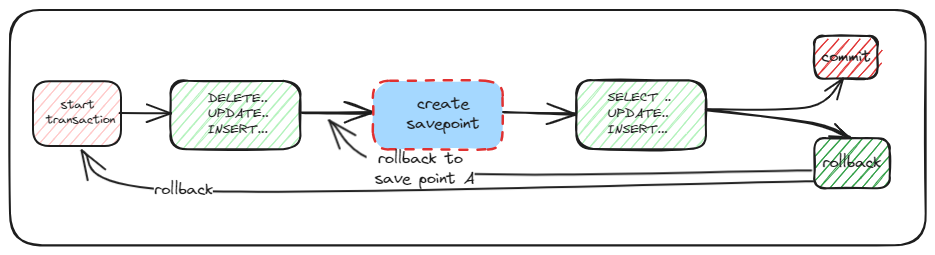
This is static/img/database-savepoints.excalidraw.png from swaroopar/inprogress-engineer, a Excalidraw export, as it was before one commit. Source tidied: one line per element, renumbered; positions are measured from the earlier drawing's top-left corner, leaving out a move shared by most shapes. Source of this version:
```json
{"id": 0, "type": "rectangle", "strokeColor": "#1e1e1e", "strokeWidth": 2, "roughness": 1, "round": true, "x": 0, "y": 0, "width": 916, "height": 235}
{"id": 1, "type": "rectangle", "strokeColor": "#1e1e1e", "backgroundColor": "#b2f2bb", "fillStyle": "hachure", "strokeWidth": 2, "roughness": 1, "round": true, "x": 161, "y": 71, "width": 130, "height": 69}
{"id": 2, "type": "text", "text": "DELETE..\nUPDATE..\nINSERT...", "strokeColor": "#1e1e1e", "strokeWidth": 2, "roughness": 1, "fontSize": 12.57, "fontFamily": 1, "x": 198, "y": 81, "width": 61, "height": 47}
{"id": 3, "type": "arrow", "strokeColor": "#1e1e1e", "strokeWidth": 2, "roughness": 1, "endArrowhead": "arrow", "round": true, "x": 291, "y": 102, "width": 71, "height": 1, "points": [[0, 0], [71, 1]]}
{"id": 4, "type": "rectangle", "strokeColor": "#e03131", "backgroundColor": "#a5d8ff", "fillStyle": "solid", "strokeWidth": 2, "strokeStyle": "dashed", "roughness": 1, "round": true, "x": 363, "y": 71, "width": 130, "height": 69}
{"id": 5, "type": "text", "text": "create\nsavepoint", "strokeColor": "#1e1e1e", "strokeWidth": 2, "roughness": 1, "fontSize": 16, "fontFamily": 1, "textAlign": "center", "x": 396, "y": 84, "width": 73, "height": 40}
{"id": 6, "type": "arrow", "strokeColor": "#1e1e1e", "strokeWidth": 2, "roughness": 1, "endArrowhead": "arrow", "round": true, "from": 4, "to": 7, "x": 494, "y": 102, "width": 71, "height": 1, "points": [[0, 0], [71, 1]]}
{"id": 7, "type": "rectangle", "strokeColor": "#1e1e1e", "backgroundColor": "#b2f2bb", "fillStyle": "hachure", "strokeWidth": 2, "roughness": 1, "round": true, "x": 566, "y": 70, "width": 130, "height": 69}
{"id": 8, "type": "text", "text": "SELECT ..\nUPDATE..\nINSERT...", "strokeColor": "#1e1e1e", "strokeWidth": 2, "roughness": 1, "fontSize": 12.57, "fontFamily": 1, "x": 598, "y": 81, "width": 63, "height": 47}
{"id": 9, "type": "arrow", "strokeColor": "#1e1e1e", "strokeWidth": 2, "roughness": 0, "endArrowhead": "arrow", "round": true, "from": 7, "to": 10, "x": 697, "y": 99, "width": 136, "height": 31, "points": [[0, 0], [103, -3], [136, -31]]}
{"id": 10, "type": "rectangle", "strokeColor": "#1e1e1e", "backgroundColor": "#e03131", "fillStyle": "hachure", "strokeWidth": 2, "roughness": 1, "round": true, "x": 804, "y": 26, "width": 63, "height": 43}
{"id": 11, "type": "text", "text": "commit", "strokeColor": "#1e1e1e", "strokeWidth": 2, "roughness": 1, "fontSize": 16, "fontFamily": 1, "textAlign": "center", "verticalAlign": "middle", "inside": 10, "x": 811, "y": 37, "width": 50, "height": 20}
{"id": 12, "type": "rectangle", "strokeColor": "#1e1e1e", "backgroundColor": "#2f9e44", "fillStyle": "hachure", "strokeWidth": 2, "roughness": 1, "round": true, "x": 804, "y": 128, "width": 75, "height": 50}
{"id": 13, "type": "text", "text": "rollback", "strokeColor": "#1e1e1e", "strokeWidth": 2, "roughness": 1, "fontSize": 16, "fontFamily": 1, "textAlign": "center", "verticalAlign": "middle", "inside": 12, "x": 813, "y": 143, "width": 59, "height": 20}
{"id": 14, "type": "arrow", "strokeColor": "#1e1e1e", "strokeWidth": 2, "roughness": 1, "endArrowhead": "arrow", "round": true, "from": 7, "to": 12, "x": 697, "y": 101, "width": 143, "height": 26, "points": [[0, 0], [106, 13], [143, 26]]}
{"id": 15, "type": "arrow", "strokeColor": "#1e1e1e", "strokeWidth": 2, "roughness": 0, "endArrowhead": "arrow", "round": true, "from": 12, "x": 837, "y": 159, "width": 482, "height": 51, "points": [[-36, 0], [-427, 1], [-518, -50]]}
{"id": 16, "type": "text", "text": "rollback to\n save point A", "strokeColor": "#1e1e1e", "strokeWidth": 2, "roughness": 0, "fontSize": 16, "fontFamily": 1, "textAlign": "center", "verticalAlign": "middle", "inside": 15, "x": 265, "y": 141, "width": 108, "height": 40}
{"id": 17, "type": "rectangle", "strokeColor": "#1e1e1e", "backgroundColor": "#ffc9c9", "fillStyle": "hachure", "strokeWidth": 2, "roughness": 0, "round": true, "x": 23, "y": 71, "width": 88, "height": 65}
{"id": 18, "type": "text", "text": "start \ntransaction", "strokeColor": "#1e1e1e", "strokeWidth": 2, "roughness": 0, "fontSize": 12.27, "fontFamily": 1, "textAlign": "center", "x": 36, "y": 87, "width": 69, "height": 31}
{"id": 19, "type": "arrow", "strokeColor": "#1e1e1e", "strokeWidth": 2, "roughness": 0, "endArrowhead": "arrow", "round": true, "from": 18, "x": 110, "y": 103, "width": 51, "height": 0, "points": [[0, 0], [51, 0]]}
{"id": 20, "type": "arrow", "strokeColor": "#1e1e1e", "strokeWidth": 2, "roughness": 0, "endArrowhead": "arrow", "round": true, "from": 12, "to": 17, "x": 803, "y": 171, "width": 731, "height": 40, "points": [[0, 0], [-629, 9], [-731, -31]]}
{"id": 21, "type": "text", "text": "rollback", "strokeColor": "#1e1e1e", "strokeWidth": 2, "roughness": 0, "fontSize": 16, "fontFamily": 1, "textAlign": "center", "verticalAlign": "middle", "inside": 20, "x": 144, "y": 170, "width": 59, "height": 20}
```
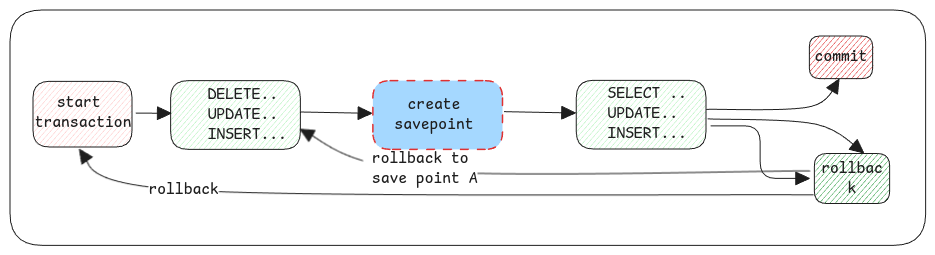
Above is the later version.

Change to the diagram source:
```diff
@@ -1,22 +1,22 @@
-{"id": 0, "type": "rectangle", "strokeColor": "#1e1e1e", "strokeWidth": 2, "roughness": 1, "round": true, "x": 0, "y": 0, "width": 916, "height": 235}
+{"id": 0, "type": "rectangle", "strokeColor": "#1e1e1e", "strokeWidth": 1, "roughness": 0, "round": true, "x": 0, "y": 0, "width": 916, "height": 235}
-{"id": 1, "type": "rectangle", "strokeColor": "#1e1e1e", "backgroundColor": "#b2f2bb", "fillStyle": "hachure", "strokeWidth": 2, "roughness": 1, "round": true, "x": 161, "y": 71, "width": 130, "height": 69}
+{"id": 1, "type": "rectangle", "strokeColor": "#1e1e1e", "backgroundColor": "#b2f2bb", "fillStyle": "hachure", "strokeWidth": 1, "roughness": 0, "round": true, "x": 161, "y": 71, "width": 130, "height": 69}
-{"id": 2, "type": "text", "text": "DELETE..\nUPDATE..\nINSERT...", "strokeColor": "#1e1e1e", "strokeWidth": 2, "roughness": 1, "fontSize": 12.57, "fontFamily": 1, "x": 198, "y": 81, "width": 61, "height": 47}
+{"id": 2, "type": "text", "text": "DELETE..\nUPDATE..\nINSERT...", "strokeColor": "#1e1e1e", "strokeWidth": 1, "roughness": 0, "fontSize": 16, "fontFamily": 8, "x": 198, "y": 75, "width": 79, "height": 60}
-{"id": 3, "type": "arrow", "strokeColor": "#1e1e1e", "strokeWidth": 2, "roughness": 1, "endArrowhead": "arrow", "round": true, "x": 291, "y": 102, "width": 71, "height": 1, "points": [[0, 0], [71, 1]]}
+{"id": 3, "type": "arrow", "strokeColor": "#1e1e1e", "strokeWidth": 1, "roughness": 0, "endArrowhead": "triangle", "round": true, "x": 291, "y": 102, "width": 71, "height": 1, "points": [[0, 0], [71, 1]]}
-{"id": 4, "type": "rectangle", "strokeColor": "#e03131", "backgroundColor": "#a5d8ff", "fillStyle": "solid", "strokeWidth": 2, "strokeStyle": "dashed", "roughness": 1, "round": true, "x": 363, "y": 71, "width": 130, "height": 69}
+{"id": 4, "type": "rectangle", "strokeColor": "#e03131", "backgroundColor": "#a5d8ff", "fillStyle": "solid", "strokeWidth": 1, "strokeStyle": "dashed", "roughness": 0, "round": true, "x": 363, "y": 71, "width": 130, "height": 69}
-{"id": 5, "type": "text", "text": "create\nsavepoint", "strokeColor": "#1e1e1e", "strokeWidth": 2, "roughness": 1, "fontSize": 16, "fontFamily": 1, "textAlign": "center", "x": 396, "y": 84, "width": 73, "height": 40}
+{"id": 5, "type": "text", "text": "create\nsavepoint", "strokeColor": "#1e1e1e", "strokeWidth": 1, "roughness": 0, "fontSize": 16, "fontFamily": 8, "textAlign": "center", "x": 384, "y": 85, "width": 79, "height": 40}
-{"id": 6, "type": "arrow", "strokeColor": "#1e1e1e", "strokeWidth": 2, "roughness": 1, "endArrowhead": "arrow", "round": true, "from": 4, "to": 7, "x": 494, "y": 102, "width": 71, "height": 1, "points": [[0, 0], [71, 1]]}
+{"id": 6, "type": "arrow", "strokeColor": "#1e1e1e", "strokeWidth": 1, "roughness": 0, "endArrowhead": "triangle", "round": true, "from": 4, "to": 7, "x": 494, "y": 102, "width": 71, "height": 1, "points": [[0, 0], [71, 1]]}
-{"id": 7, "type": "rectangle", "strokeColor": "#1e1e1e", "backgroundColor": "#b2f2bb", "fillStyle": "hachure", "strokeWidth": 2, "roughness": 1, "round": true, "x": 566, "y": 70, "width": 130, "height": 69}
+{"id": 7, "type": "rectangle", "strokeColor": "#1e1e1e", "backgroundColor": "#b2f2bb", "fillStyle": "hachure", "strokeWidth": 1, "roughness": 0, "round": true, "x": 566, "y": 70, "width": 130, "height": 69}
-{"id": 8, "type": "text", "text": "SELECT ..\nUPDATE..\nINSERT...", "strokeColor": "#1e1e1e", "strokeWidth": 2, "roughness": 1, "fontSize": 12.57, "fontFamily": 1, "x": 598, "y": 81, "width": 63, "height": 47}
+{"id": 8, "type": "text", "text": "SELECT ..\nUPDATE..\nINSERT...", "strokeColor": "#1e1e1e", "strokeWidth": 1, "roughness": 0, "fontSize": 16, "fontFamily": 8, "x": 598, "y": 74, "width": 79, "height": 60}
-{"id": 9, "type": "arrow", "strokeColor": "#1e1e1e", "strokeWidth": 2, "roughness": 0, "endArrowhead": "arrow", "round": true, "from": 7, "to": 10, "x": 697, "y": 99, "width": 136, "height": 31, "points": [[0, 0], [103, -3], [136, -31]]}
+{"id": 9, "type": "arrow", "strokeColor": "#1e1e1e", "strokeWidth": 1, "roughness": 0, "endArrowhead": "triangle", "round": true, "from": 7, "to": 10, "x": 697, "y": 99, "width": 132, "height": 30, "points": [[0, 0], [103, -3], [132, -30]]}
-{"id": 10, "type": "rectangle", "strokeColor": "#1e1e1e", "backgroundColor": "#e03131", "fillStyle": "hachure", "strokeWidth": 2, "roughness": 1, "round": true, "x": 804, "y": 26, "width": 63, "height": 43}
+{"id": 10, "type": "rectangle", "strokeColor": "#1e1e1e", "backgroundColor": "#e03131", "fillStyle": "hachure", "strokeWidth": 1, "roughness": 0, "round": true, "x": 799, "y": 26, "width": 63, "height": 43}
-{"id": 11, "type": "text", "text": "commit", "strokeColor": "#1e1e1e", "strokeWidth": 2, "roughness": 1, "fontSize": 16, "fontFamily": 1, "textAlign": "center", "verticalAlign": "middle", "inside": 10, "x": 811, "y": 37, "width": 50, "height": 20}
+{"id": 11, "type": "text", "text": "commit", "strokeColor": "#1e1e1e", "strokeWidth": 2, "roughness": 1, "fontSize": 16, "fontFamily": 8, "textAlign": "center", "verticalAlign": "middle", "inside": 10, "x": 805, "y": 37, "width": 53, "height": 20}
-{"id": 12, "type": "rectangle", "strokeColor": "#1e1e1e", "backgroundColor": "#2f9e44", "fillStyle": "hachure", "strokeWidth": 2, "roughness": 1, "round": true, "x": 804, "y": 128, "width": 75, "height": 50}
+{"id": 12, "type": "rectangle", "strokeColor": "#1e1e1e", "backgroundColor": "#2f9e44", "fillStyle": "hachure", "strokeWidth": 1, "roughness": 0, "round": true, "x": 804, "y": 144, "width": 75, "height": 50}
-{"id": 13, "type": "text", "text": "rollback", "strokeColor": "#1e1e1e", "strokeWidth": 2, "roughness": 1, "fontSize": 16, "fontFamily": 1, "textAlign": "center", "verticalAlign": "middle", "inside": 12, "x": 813, "y": 143, "width": 59, "height": 20}
+{"id": 13, "type": "text", "text": "rollbac\nk", "strokeColor": "#1e1e1e", "strokeWidth": 2, "roughness": 1, "fontSize": 16, "fontFamily": 8, "textAlign": "center", "verticalAlign": "middle", "inside": 12, "x": 811, "y": 149, "width": 62, "height": 40}
-{"id": 14, "type": "arrow", "strokeColor": "#1e1e1e", "strokeWidth": 2, "roughness": 1, "endArrowhead": "arrow", "round": true, "from": 7, "to": 12, "x": 697, "y": 101, "width": 143, "height": 26, "points": [[0, 0], [106, 13], [143, 26]]}
+{"id": 14, "type": "arrow", "strokeColor": "#1e1e1e", "strokeWidth": 1, "roughness": 0, "endArrowhead": "triangle", "round": true, "from": 7, "to": 12, "x": 698, "y": 109, "width": 156, "height": 34, "points": [[0, 0], [108, 5], [156, 34]]}
-{"id": 15, "type": "arrow", "strokeColor": "#1e1e1e", "strokeWidth": 2, "roughness": 0, "endArrowhead": "arrow", "round": true, "from": 12, "x": 837, "y": 159, "width": 482, "height": 51, "points": [[-36, 0], [-427, 1], [-518, -50]]}
+{"id": 15, "type": "arrow", "strokeColor": "#1e1e1e", "strokeWidth": 1, "roughness": 0, "endArrowhead": "triangle", "round": true, "from": 12, "to": 2, "x": 800, "y": 159, "width": 510, "height": 42, "points": [[0, 0], [-390, 0], [-510, -42]]}
-{"id": 16, "type": "text", "text": "rollback to\n save point A", "strokeColor": "#1e1e1e", "strokeWidth": 2, "roughness": 0, "fontSize": 16, "fontFamily": 1, "textAlign": "center", "verticalAlign": "middle", "inside": 15, "x": 265, "y": 141, "width": 108, "height": 40}
+{"id": 16, "type": "text", "text": "rollback to\n save point A", "strokeColor": "#1e1e1e", "strokeWidth": 2, "roughness": 0, "fontSize": 16, "fontFamily": 8, "textAlign": "center", "verticalAlign": "middle", "inside": 15, "x": 353, "y": 139, "width": 114, "height": 40}
-{"id": 17, "type": "rectangle", "strokeColor": "#1e1e1e", "backgroundColor": "#ffc9c9", "fillStyle": "hachure", "strokeWidth": 2, "roughness": 0, "round": true, "x": 23, "y": 71, "width": 88, "height": 65}
+{"id": 17, "type": "rectangle", "strokeColor": "#1e1e1e", "backgroundColor": "#ffc9c9", "fillStyle": "hachure", "strokeWidth": 1, "roughness": 0, "round": true, "x": 23, "y": 71, "width": 99, "height": 66}
-{"id": 18, "type": "text", "text": "start \ntransaction", "strokeColor": "#1e1e1e", "strokeWidth": 2, "roughness": 0, "fontSize": 12.27, "fontFamily": 1, "textAlign": "center", "x": 36, "y": 87, "width": 69, "height": 31}
+{"id": 18, "type": "text", "text": "start \ntransaction", "strokeColor": "#1e1e1e", "strokeWidth": 1, "roughness": 0, "fontSize": 16, "fontFamily": 8, "textAlign": "center", "x": 25, "y": 83, "width": 97, "height": 40}
-{"id": 19, "type": "arrow", "strokeColor": "#1e1e1e", "strokeWidth": 2, "roughness": 0, "endArrowhead": "arrow", "round": true, "from": 18, "x": 110, "y": 103, "width": 51, "height": 0, "points": [[0, 0], [51, 0]]}
+{"id": 19, "type": "arrow", "strokeColor": "#1e1e1e", "strokeWidth": 1, "roughness": 0, "endArrowhead": "triangle", "round": true, "from": 18, "x": 126, "y": 103, "width": 35, "height": 0, "points": [[0, 0], [35, 0]]}
-{"id": 20, "type": "arrow", "strokeColor": "#1e1e1e", "strokeWidth": 2, "roughness": 0, "endArrowhead": "arrow", "round": true, "from": 12, "to": 17, "x": 803, "y": 171, "width": 731, "height": 40, "points": [[0, 0], [-629, 9], [-731, -31]]}
+{"id": 20, "type": "arrow", "strokeColor": "#1e1e1e", "strokeWidth": 1, "roughness": 0, "endArrowhead": "triangle", "round": true, "from": 12, "to": 17, "x": 803, "y": 185, "width": 734, "height": 46, "points": [[0, 0], [-630, -5], [-734, -46]]}
-{"id": 21, "type": "text", "text": "rollback", "strokeColor": "#1e1e1e", "strokeWidth": 2, "roughness": 0, "fontSize": 16, "fontFamily": 1, "textAlign": "center", "verticalAlign": "middle", "inside": 20, "x": 144, "y": 170, "width": 59, "height": 20}
+{"id": 21, "type": "text", "text": "rollback", "strokeColor": "#1e1e1e", "strokeWidth": 2, "roughness": 0, "fontSize": 16, "fontFamily": 8, "textAlign": "center", "verticalAlign": "middle", "inside": 20, "x": 138, "y": 170, "width": 70, "height": 20}
```
